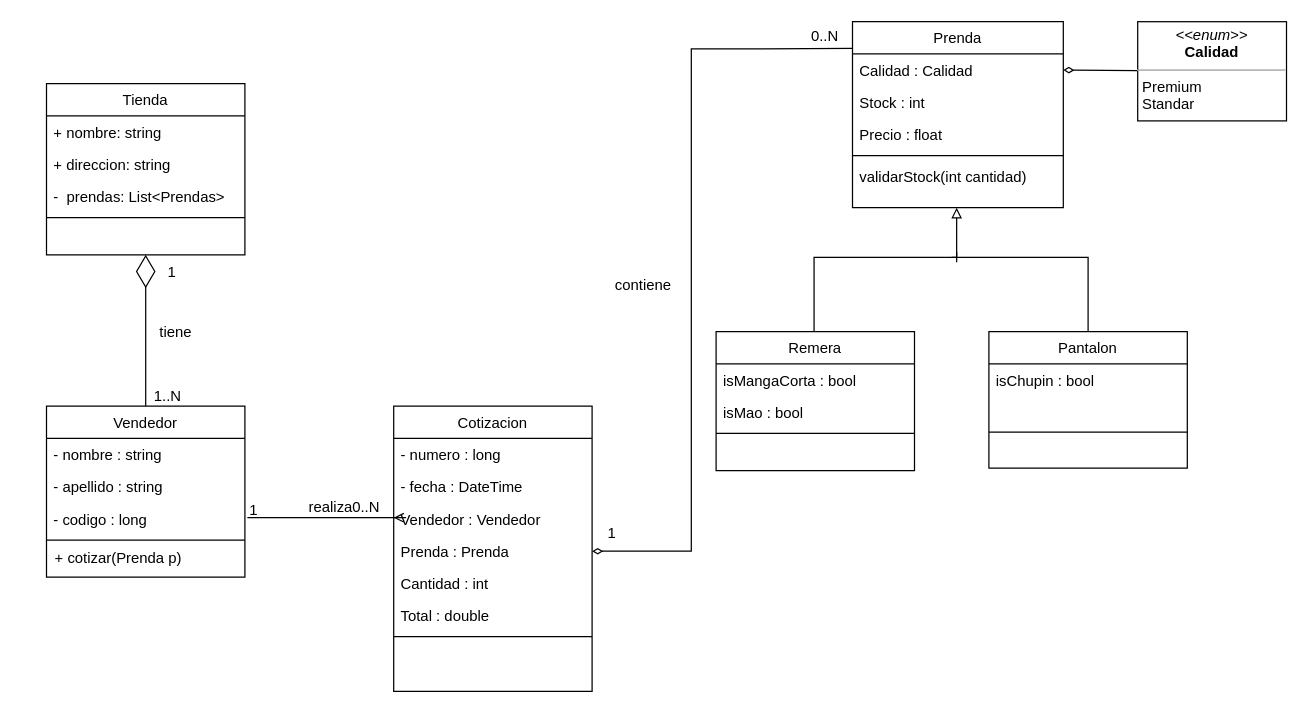
Above: Modelo Cotizador.drawio in lucaslattuca/CotizadorExpress (draw.io), before the change. Source tidied: cells renumbered, new cells numbered last; positions are measured from the earlier drawing's top-left corner, leaving out a move shared by most shapes. Both pictures are drawn from the tidied source at 124%, with x=0, y=0 at pixel (46, 21).
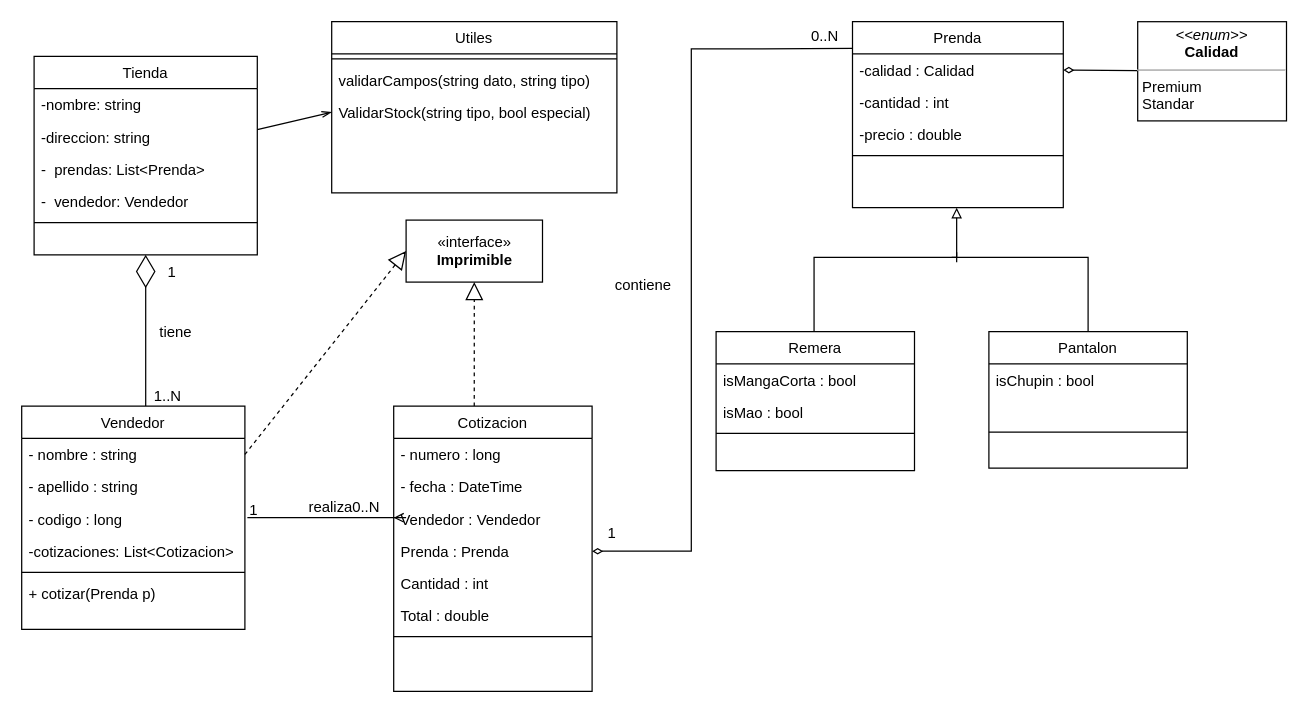
After the change.

Unchanged cells that the change refers to:
```xml
<mxCell id="7" value="Cotizacion" style="swimlane;fontStyle=0;align=center;verticalAlign=top;horizontal=1;startSize=26;rounded=0;shadow=0;strokeWidth=1;" parent="1" vertex="1">
  <mxGeometry x="280" y="310" width="160" height="230" as="geometry" />
</mxCell>
<mxCell id="24" value="Prenda" style="swimlane;fontStyle=0;align=center;verticalAlign=top;horizontal=1;startSize=26;rounded=0;shadow=0;strokeWidth=1;" parent="1" vertex="1">
  <mxGeometry x="650" width="170" height="150" as="geometry" />
</mxCell>
```

Diff of the diagram source:
```diff
@@
     <mxCell id="2" value="Vendedor" style="swimlane;fontStyle=0;align=center;verticalAlign=top;horizontal=1;startSize=26;rounded=0;shadow=0;strokeWidth=1;" parent="1" vertex="1">
-      <mxGeometry y="310" width="160" height="138" as="geometry" />
+      <mxGeometry x="-20" y="310" width="180" height="180" as="geometry" />
     </mxCell>
     <mxCell id="3" value="- nombre : string" style="text;align=left;verticalAlign=top;spacingLeft=4;spacingRight=4;overflow=hidden;points=[[0,0.5],[1,0.5]];portConstraint=eastwest;" parent="2" vertex="1">
-      <mxGeometry y="26" width="160" height="26" as="geometry" />
+      <mxGeometry y="26" width="180" height="26" as="geometry" />
     </mxCell>
     <mxCell id="4" value="- apellido : string" style="text;align=left;verticalAlign=top;spacingLeft=4;spacingRight=4;overflow=hidden;rounded=0;shadow=0;html=0;" parent="2" vertex="1">
-      <mxGeometry y="52" width="160" height="26" as="geometry" />
+      <mxGeometry y="52" width="180" height="26" as="geometry" />
     </mxCell>
     <mxCell id="5" value="- codigo : long" style="text;align=left;verticalAlign=top;spacingLeft=4;spacingRight=4;overflow=hidden;rounded=0;shadow=0;html=0;" parent="2" vertex="1">
-      <mxGeometry y="78" width="160" height="26" as="geometry" />
+      <mxGeometry y="78" width="180" height="26" as="geometry" />
     </mxCell>
+    <mxCell id="41" value="-cotizaciones: List&lt;Cotizacion&gt;" style="text;align=left;verticalAlign=top;spacingLeft=4;spacingRight=4;overflow=hidden;rounded=0;shadow=0;html=0;" parent="2" vertex="1">
+      <mxGeometry y="104" width="180" height="26" as="geometry" />
+    </mxCell>
     <mxCell id="6" style="line;html=1;strokeWidth=1;align=left;verticalAlign=middle;spacingTop=-1;spacingLeft=3;spacingRight=3;labelPosition=right;" parent="2" vertex="1">
-      <mxGeometry y="104" width="160" height="8" as="geometry" />
+      <mxGeometry y="130" width="180" height="8" as="geometry" />
     </mxCell>
+    <mxCell id="50" value="+ cotizar(Prenda p)" style="text;align=left;verticalAlign=top;spacingLeft=4;spacingRight=4;overflow=hidden;rounded=0;shadow=0;html=0;" parent="2" vertex="1">
+      <mxGeometry y="138" width="180" height="26" as="geometry" />
+    </mxCell>
@@
+    <mxCell id="51" style="edgeStyle=none;rounded=0;jettySize=auto;html=1;entryX=0;entryY=0.5;entryDx=0;entryDy=0;endArrow=openThin;endFill=0;" parent="1" edge="1" source="19" target="56">
+      <mxGeometry relative="1" as="geometry" />
+    </mxCell>
     <mxCell id="19" value="Tienda" style="swimlane;fontStyle=0;align=center;verticalAlign=top;horizontal=1;startSize=26;rounded=0;shadow=0;strokeWidth=1;" parent="1" vertex="1">
-      <mxGeometry y="50" width="160" height="138" as="geometry" />
+      <mxGeometry x="-10" y="28" width="180" height="160" as="geometry" />
     </mxCell>
-    <mxCell id="20" value="+ nombre: string" style="text;align=left;verticalAlign=top;spacingLeft=4;spacingRight=4;overflow=hidden;" parent="19" vertex="1">
-      <mxGeometry y="26" width="160" height="26" as="geometry" />
+    <mxCell id="20" value="-nombre: string" style="text;align=left;verticalAlign=top;spacingLeft=4;spacingRight=4;overflow=hidden;" parent="19" vertex="1">
+      <mxGeometry y="26" width="180" height="26" as="geometry" />
     </mxCell>
-    <mxCell id="21" value="+ direccion: string" style="text;align=left;verticalAlign=top;spacingLeft=4;spacingRight=4;overflow=hidden;rounded=0;shadow=0;html=0;" parent="19" vertex="1">
-      <mxGeometry y="52" width="160" height="26" as="geometry" />
+    <mxCell id="21" value="-direccion: string" style="text;align=left;verticalAlign=top;spacingLeft=4;spacingRight=4;overflow=hidden;rounded=0;shadow=0;html=0;" parent="19" vertex="1">
+      <mxGeometry y="52" width="180" height="26" as="geometry" />
     </mxCell>
+    <mxCell id="52" value="-  prendas: List&lt;Prenda&gt;" style="text;align=left;verticalAlign=top;spacingLeft=4;spacingRight=4;overflow=hidden;rounded=0;shadow=0;html=0;" parent="19" vertex="1">
+      <mxGeometry y="78" width="180" height="26" as="geometry" />
+    </mxCell>
-    <mxCell id="22" value="-  prendas: List&lt;Prendas&gt;" style="text;align=left;verticalAlign=top;spacingLeft=4;spacingRight=4;overflow=hidden;rounded=0;shadow=0;html=0;" parent="19" vertex="1">
-      <mxGeometry y="78" width="160" height="26" as="geometry" />
+    <mxCell id="22" value="-  vendedor: Vendedor" style="text;align=left;verticalAlign=top;spacingLeft=4;spacingRight=4;overflow=hidden;rounded=0;shadow=0;html=0;" parent="19" vertex="1">
+      <mxGeometry y="104" width="180" height="26" as="geometry" />
     </mxCell>
     <mxCell id="23" style="line;html=1;strokeWidth=1;align=left;verticalAlign=middle;spacingTop=-1;spacingLeft=3;spacingRight=3;labelPosition=right;" parent="19" vertex="1">
-      <mxGeometry y="104" width="160" height="8" as="geometry" />
+      <mxGeometry y="130" width="180" height="8" as="geometry" />
     </mxCell>
@@
-    <mxCell id="25" value="Calidad : Calidad" style="text;align=left;verticalAlign=top;spacingLeft=4;spacingRight=4;overflow=hidden;points=[[0,0.5],[1,0.5]];portConstraint=eastwest;" parent="24" vertex="1">
+    <mxCell id="25" value="-calidad : Calidad" style="text;align=left;verticalAlign=top;spacingLeft=4;spacingRight=4;overflow=hidden;points=[[0,0.5],[1,0.5]];portConstraint=eastwest;" parent="24" vertex="1">
       <mxGeometry y="26" width="170" height="26" as="geometry" />
     </mxCell>
-    <mxCell id="26" value="Stock : int" style="text;align=left;verticalAlign=top;spacingLeft=4;spacingRight=4;overflow=hidden;rounded=0;shadow=0;html=0;" parent="24" vertex="1">
+    <mxCell id="26" value="-cantidad : int" style="text;align=left;verticalAlign=top;spacingLeft=4;spacingRight=4;overflow=hidden;rounded=0;shadow=0;html=0;" parent="24" vertex="1">
       <mxGeometry y="52" width="170" height="26" as="geometry" />
     </mxCell>
-    <mxCell id="27" value="Precio : float" style="text;align=left;verticalAlign=top;spacingLeft=4;spacingRight=4;overflow=hidden;rounded=0;shadow=0;html=0;" parent="24" vertex="1">
+    <mxCell id="27" value="-precio : double" style="text;align=left;verticalAlign=top;spacingLeft=4;spacingRight=4;overflow=hidden;rounded=0;shadow=0;html=0;" parent="24" vertex="1">
       <mxGeometry y="78" width="170" height="26" as="geometry" />
     </mxCell>
@@
-    <mxCell id="29" value="validarStock(int cantidad)" style="text;align=left;verticalAlign=top;spacingLeft=4;spacingRight=4;overflow=hidden;rounded=0;shadow=0;html=0;" parent="24" vertex="1">
-      <mxGeometry y="112" width="170" height="26" as="geometry" />
-    </mxCell>
@@
-    <mxCell id="41" value="+ cotizar(Prenda p)" style="text;align=left;verticalAlign=top;spacingLeft=4;spacingRight=4;overflow=hidden;rounded=0;shadow=0;html=0;" parent="1" vertex="1">
-      <mxGeometry x="1" y="419" width="160" height="26" as="geometry" />
-    </mxCell>
@@
+    <mxCell id="53" value="Utiles" style="swimlane;fontStyle=0;align=center;verticalAlign=top;horizontal=1;startSize=26;rounded=0;shadow=0;strokeWidth=1;" parent="1" vertex="1">
+      <mxGeometry x="230" width="230" height="138" as="geometry" />
+    </mxCell>
+    <mxCell id="54" style="line;html=1;strokeWidth=1;align=left;verticalAlign=middle;spacingTop=-1;spacingLeft=3;spacingRight=3;labelPosition=right;" parent="53" vertex="1">
+      <mxGeometry y="26" width="230" height="8" as="geometry" />
+    </mxCell>
+    <mxCell id="55" value="validarCampos(string dato, string tipo)" style="text;align=left;verticalAlign=top;spacingLeft=4;spacingRight=4;overflow=hidden;rounded=0;shadow=0;html=0;" parent="53" vertex="1">
+      <mxGeometry y="34" width="230" height="26" as="geometry" />
+    </mxCell>
+    <mxCell id="56" value="ValidarStock(string tipo, bool especial)" style="text;align=left;verticalAlign=top;spacingLeft=4;spacingRight=4;overflow=hidden;points=[[0,0.5],[1,0.5]];portConstraint=eastwest;rounded=0;shadow=0;html=0;" parent="53" vertex="1">
+      <mxGeometry y="60" width="230" height="26" as="geometry" />
+    </mxCell>
+    <mxCell id="57" value="«interface»&lt;br&gt;&lt;b&gt;Imprimible&lt;/b&gt;" style="html=1;" parent="1" vertex="1">
+      <mxGeometry x="290" y="160" width="110" height="50" as="geometry" />
+    </mxCell>
+    <mxCell id="58" style="endArrow=block;dashed=1;endFill=0;endSize=12;html=1;entryX=0.5;entryY=1;entryDx=0;entryDy=0;exitX=0.406;exitY=0;exitDx=0;exitDy=0;exitPerimeter=0;" parent="1" edge="1" source="7" target="57">
+      <mxGeometry relative="1" as="geometry" />
+    </mxCell>
+    <mxCell id="59" style="endArrow=block;dashed=1;endFill=0;endSize=12;html=1;entryX=0;entryY=0.5;entryDx=0;entryDy=0;exitX=1;exitY=0.5;exitDx=0;exitDy=0;" parent="1" edge="1" source="3" target="57">
+      <mxGeometry relative="1" as="geometry" />
+    </mxCell>
```
